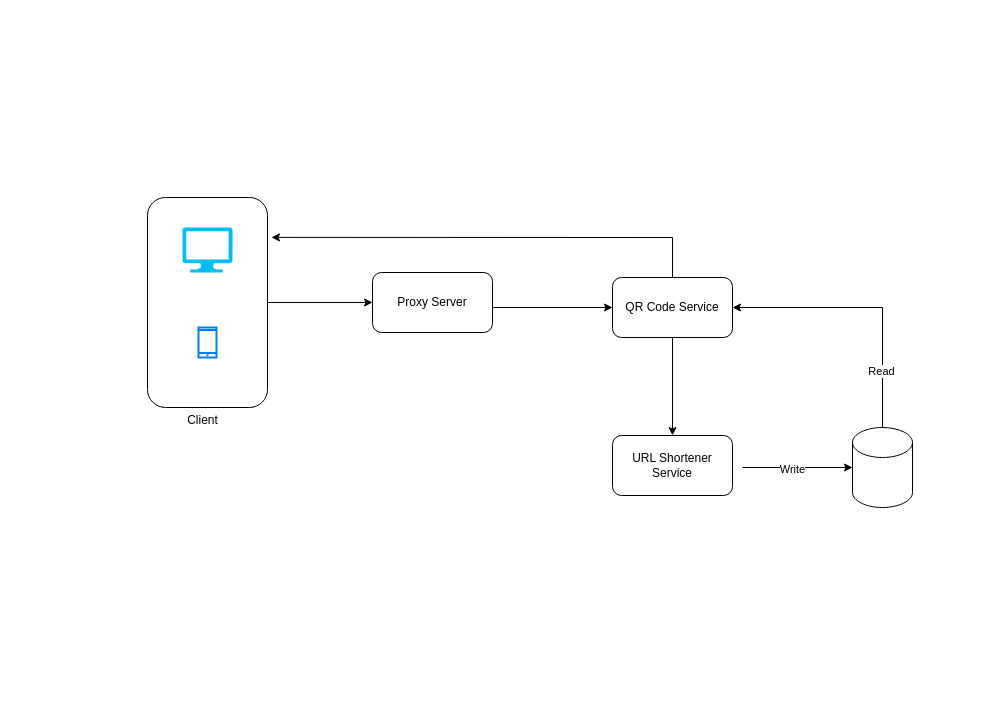
jasieloc/system-design keeps this draw.io diagram as Untitled Diagram.drawio. Above is the earlier version. Source tidied: cells renumbered, new cells numbered last; positions are measured from the earlier drawing's top-left corner, leaving out a move shared by most shapes. Both pictures are drawn from the tidied source at 100%, with x=0, y=0 at pixel (147, 197).
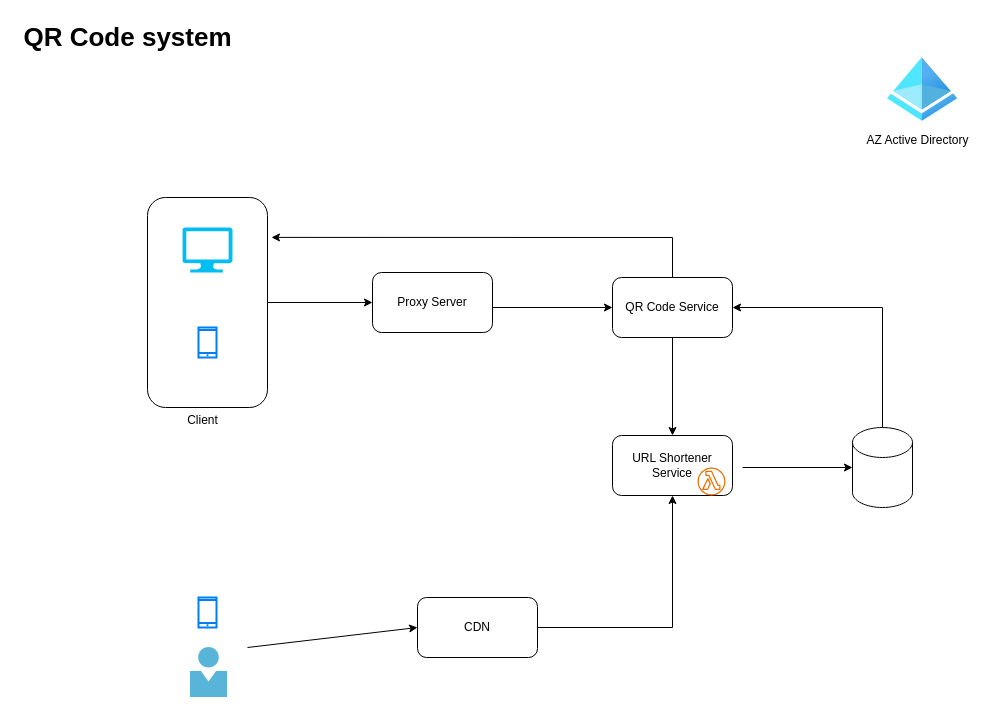
After the change.

Unchanged cells that the change refers to:
```xml
<mxCell id="7" value="URL Shortener Service" style="rounded=1;whiteSpace=wrap;html=1;" parent="1" vertex="1">
  <mxGeometry x="465" y="238" width="120" height="60" as="geometry" />
</mxCell>
<mxCell id="10" style="endArrow=classic;html=1;rounded=0;entryX=0;entryY=0.5;entryDx=0;entryDy=0;entryPerimeter=0;" parent="1" edge="1" target="8">
  <mxGeometry relative="1" as="geometry">
    <mxPoint x="595" y="270" as="sourcePoint" />
  </mxGeometry>
</mxCell>
<mxCell id="12" style="endArrow=classic;html=1;rounded=0;entryX=1;entryY=0.5;entryDx=0;entryDy=0;" parent="1" edge="1" target="5">
  <mxGeometry relative="1" as="geometry">
    <mxPoint x="735" y="230" as="sourcePoint" />
    <Array as="points">
      <mxPoint x="735" y="110" />
    </Array>
  </mxGeometry>
</mxCell>
```

The edit, as a diff of the source:
```diff
@@
-    <mxCell id="11" value="Write" style="edgeLabel;html=1;align=center;verticalAlign=middle;" parent="10" vertex="1">
-      <mxGeometry x="-0.11" y="-1" relative="1" as="geometry" />
-    </mxCell>
@@
-    <mxCell id="13" value="Read" style="edgeLabel;html=1;align=center;verticalAlign=middle;" parent="12" vertex="1">
-      <mxGeometry x="-0.58" y="2" relative="1" as="geometry" />
-    </mxCell>
@@
+    <mxCell id="18" value="QR Code system" style="text;html=1;align=center;verticalAlign=middle;strokeColor=none;fillColor=none;fontFamily=Helvetica;fontStyle=1;fontSize=26;" parent="1" vertex="1">
+      <mxGeometry x="-130" y="-180" width="220" height="40" as="geometry" />
+    </mxCell>
+    <mxCell id="19" style="html=1;verticalLabelPosition=bottom;align=center;labelBackgroundColor=#ffffff;verticalAlign=top;strokeWidth=2;strokeColor=#0080F0;shadow=0;dashed=0;shape=mxgraph.ios7.icons.smartphone;" parent="1" vertex="1">
+      <mxGeometry x="51" y="400" width="18" height="30" as="geometry" />
+    </mxCell>
+    <mxCell id="20" style="image;sketch=0;html=1;align=center;fontSize=12;image=img/lib/mscae/Person.svg;" parent="1" vertex="1">
+      <mxGeometry x="43" y="450" width="37" height="50" as="geometry" />
+    </mxCell>
+    <mxCell id="21" style="sketch=0;fontColor=#232F3E;gradientColor=none;fillColor=#ED7100;strokeColor=none;dashed=0;verticalLabelPosition=bottom;verticalAlign=top;align=center;html=1;fontSize=12;fontStyle=0;shape=mxgraph.aws4.lambda_function;" parent="1" vertex="1">
+      <mxGeometry x="550" y="270" width="28" height="28" as="geometry" />
+    </mxCell>
+    <mxCell id="22" style="image;html=1;align=center;fontSize=12;image=img/lib/azure2/identity/Azure_Active_Directory.svg;" parent="1" vertex="1">
+      <mxGeometry x="740" y="-140" width="70" height="64" as="geometry" />
+    </mxCell>
+    <mxCell id="23" value="AZ Active Directory" style="text;html=1;align=center;verticalAlign=middle;strokeColor=none;fillColor=none;" parent="1" vertex="1">
+      <mxGeometry x="705" y="-72" width="130" height="30" as="geometry" />
+    </mxCell>
+    <mxCell id="24" value="CDN" style="rounded=1;whiteSpace=wrap;html=1;" parent="1" vertex="1">
+      <mxGeometry x="270" y="400" width="120" height="60" as="geometry" />
+    </mxCell>
+    <mxCell id="25" style="endArrow=classic;html=1;rounded=0;entryX=0;entryY=0.5;entryDx=0;entryDy=0;" parent="1" edge="1" target="24">
+      <mxGeometry relative="1" as="geometry">
+        <mxPoint x="100" y="450" as="sourcePoint" />
+      </mxGeometry>
+    </mxCell>
+    <mxCell id="26" style="endArrow=classic;html=1;rounded=0;entryX=0.5;entryY=1;entryDx=0;entryDy=0;" parent="1" edge="1" target="7">
+      <mxGeometry relative="1" as="geometry">
+        <mxPoint x="390" y="430" as="sourcePoint" />
+        <Array as="points">
+          <mxPoint x="525" y="430" />
+        </Array>
+      </mxGeometry>
+    </mxCell>
```
